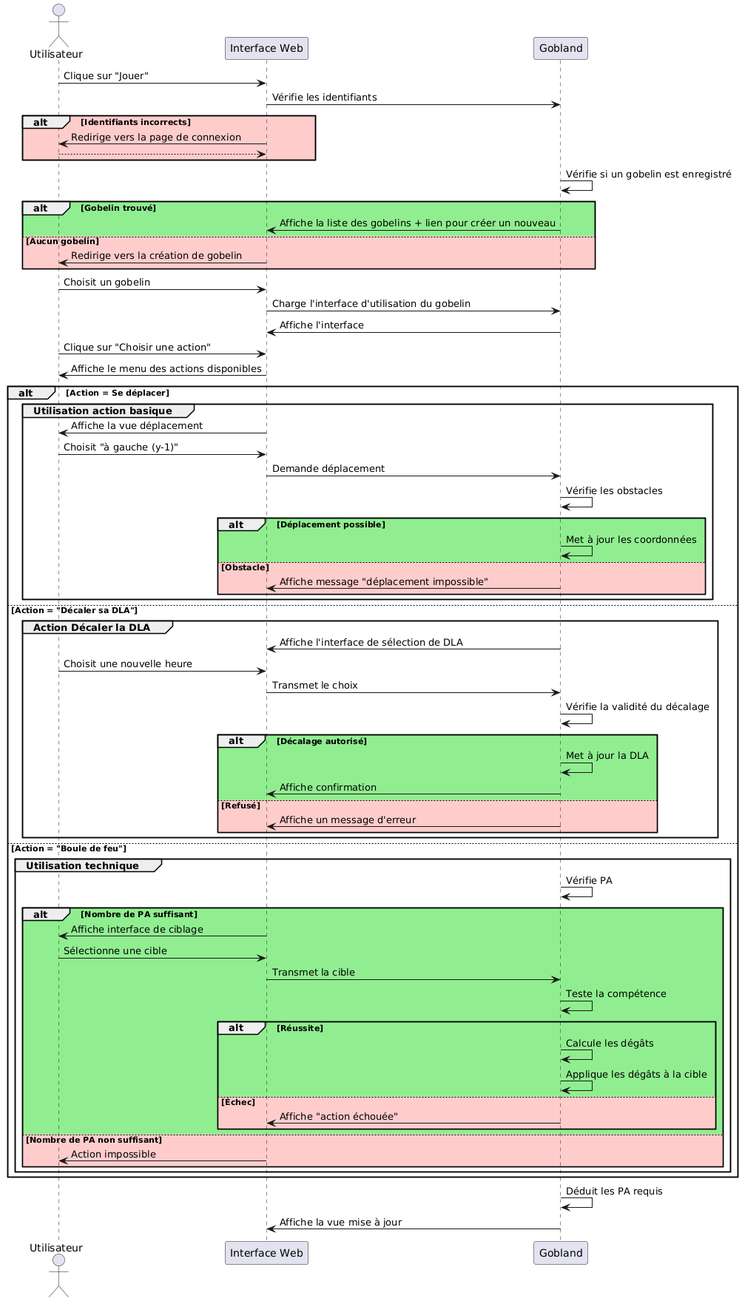
The PlantUML diagram docs/UML/sequency/picture/sequency_action.png in SjSlayde/goblangtest, before a commit.
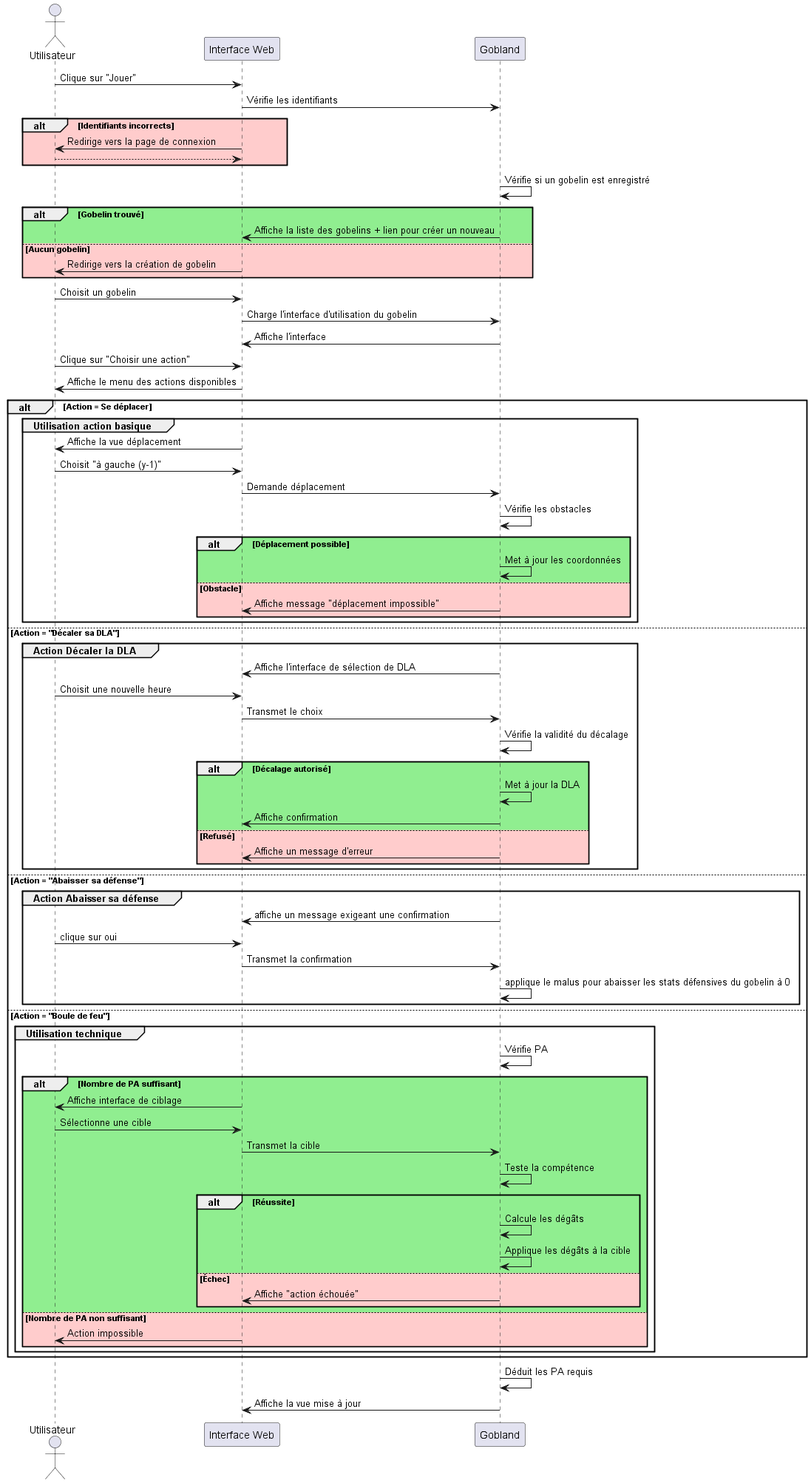
The same diagram one commit later.

Diff of the diagram source:
```diff
@@ -51,6 +51,14 @@
         end
     end group
 
+else Action = "Abaisser sa défense"
+    group Action Abaisser sa défense
+        System -> UI : affiche un message exigeant une confirmation
+        Utilisateur -> UI : clique sur oui
+        UI -> System : Transmet la confirmation
+        System -> System : applique le malus pour abaisser les stats défensives du gobelin à 0
+    end group
+
 else Action = "Boule de feu"
     group Utilisation technique
         System -> System : Vérifie PA
```
